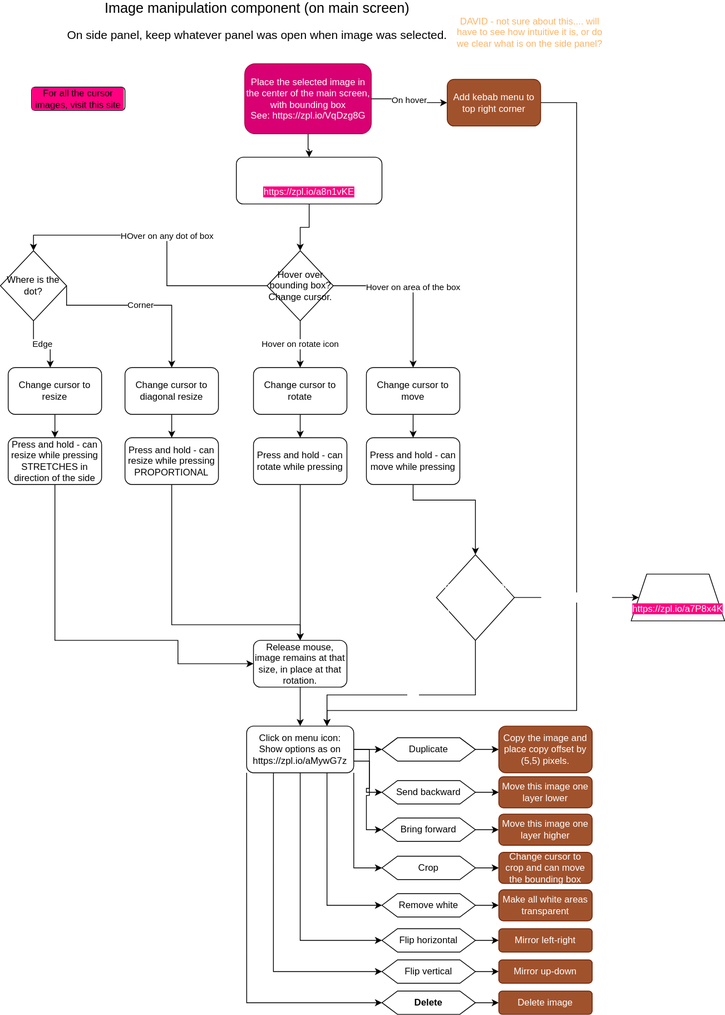
The draw.io diagram modules/components/image-manipulation.drawio.svg in ji-devs/ji-cloud-flowcharts, before a commit. Source tidied: cells renumbered, new cells last; positions are measured from the earlier drawing's top-left corner, leaving out a move shared by most shapes.
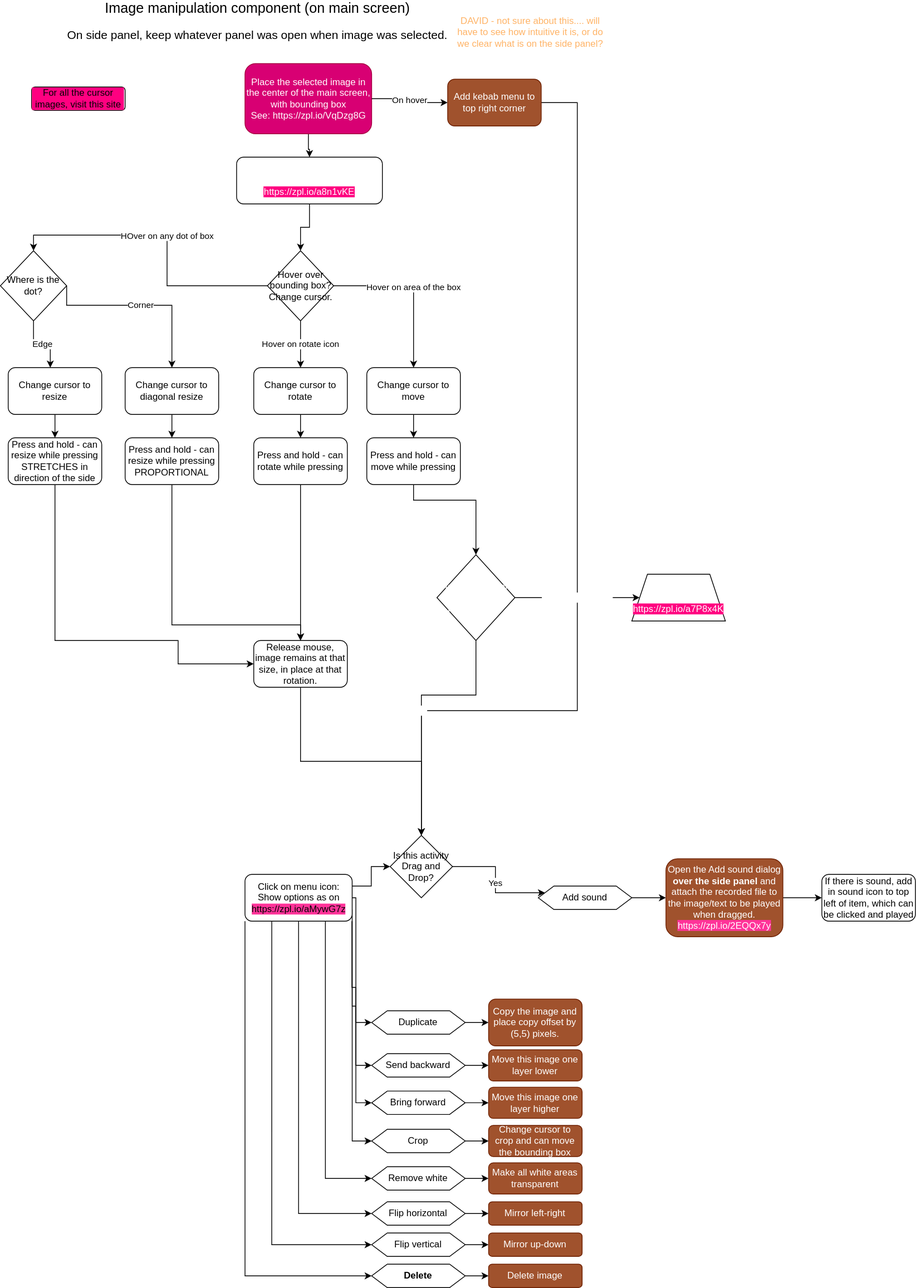
After the change.

Commit message:
Added in extra menu item for drag and drop activity

Change to the diagram source:
```diff
@@ -75,20 +75,37 @@
     <mxCell id="21" value="Press and hold - can move while pressing" style="rounded=1;whiteSpace=wrap;html=1;" parent="1" vertex="1">
       <mxGeometry x="470" y="560" width="120" height="60" as="geometry" />
     </mxCell>
-    <mxCell id="22" style="edgeStyle=orthogonalEdgeStyle;rounded=0;jettySize=auto;html=1;entryX=0.5;entryY=0;entryDx=0;entryDy=0;" parent="1" edge="1" source="23" target="32">
+    <mxCell id="22" style="edgeStyle=orthogonalEdgeStyle;rounded=0;jettySize=auto;html=1;entryX=0.5;entryY=0;entryDx=0;entryDy=0;exitX=0.5;exitY=1;exitDx=0;exitDy=0;" parent="1" edge="1" source="23" target="76">
       <mxGeometry relative="1" as="geometry" />
     </mxCell>
     <mxCell id="23" value="Release mouse, image remains at that size, in place at that rotation." style="rounded=1;whiteSpace=wrap;html=1;" parent="1" vertex="1">
       <mxGeometry x="325" y="820" width="120" height="60" as="geometry" />
     </mxCell>
     <mxCell id="24" style="edgeStyle=orthogonalEdgeStyle;rounded=0;jettySize=auto;html=1;entryX=0;entryY=0.5;entryDx=0;entryDy=0;" parent="1" edge="1" source="32" target="34">
-      <mxGeometry relative="1" as="geometry" />
+      <mxGeometry relative="1" as="geometry">
+        <Array as="points">
+          <mxPoint x="456" y="1150" />
+          <mxPoint x="456" y="1310" />
+        </Array>
+      </mxGeometry>
     </mxCell>
     <mxCell id="25" style="edgeStyle=orthogonalEdgeStyle;rounded=0;jettySize=auto;html=1;entryX=0;entryY=0.5;entryDx=0;entryDy=0;" parent="1" edge="1" source="32" target="37">
-      <mxGeometry relative="1" as="geometry" />
+      <mxGeometry relative="1" as="geometry">
+        <Array as="points">
+          <mxPoint x="451" y="1265" />
+          <mxPoint x="456" y="1265" />
+          <mxPoint x="456" y="1365" />
+        </Array>
+      </mxGeometry>
     </mxCell>
     <mxCell id="26" style="edgeStyle=orthogonalEdgeStyle;rounded=0;jettySize=auto;html=1;exitX=1;exitY=0.75;exitDx=0;exitDy=0;entryX=0;entryY=0.5;entryDx=0;entryDy=0;" parent="1" edge="1" source="32" target="40">
-      <mxGeometry relative="1" as="geometry" />
+      <mxGeometry relative="1" as="geometry">
+        <Array as="points">
+          <mxPoint x="451" y="1289" />
+          <mxPoint x="456" y="1289" />
+          <mxPoint x="456" y="1413" />
+        </Array>
+      </mxGeometry>
     </mxCell>
     <mxCell id="27" style="edgeStyle=orthogonalEdgeStyle;rounded=0;jettySize=auto;html=1;exitX=1;exitY=1;exitDx=0;exitDy=0;entryX=0;entryY=0.5;entryDx=0;entryDy=0;" parent="1" edge="1" source="32" target="43">
       <mxGeometry relative="1" as="geometry" />
@@ -105,80 +122,83 @@
     <mxCell id="31" style="edgeStyle=orthogonalEdgeStyle;rounded=0;jettySize=auto;html=1;exitX=0;exitY=1;exitDx=0;exitDy=0;entryX=0;entryY=0.5;entryDx=0;entryDy=0;" parent="1" edge="1" source="32" target="55">
       <mxGeometry relative="1" as="geometry" />
     </mxCell>
+    <mxCell id="74" style="edgeStyle=orthogonalEdgeStyle;rounded=0;jettySize=auto;html=1;entryX=0;entryY=0.5;entryDx=0;entryDy=0;exitX=1;exitY=0.25;exitDx=0;exitDy=0;" parent="1" edge="1" source="32" target="76">
+      <mxGeometry relative="1" as="geometry" />
+    </mxCell>
-    <mxCell id="32" value="Click on menu icon: Show options as on&amp;nbsp;&lt;br&gt;https://zpl.io/aMywG7z" style="rounded=1;whiteSpace=wrap;html=1;" parent="1" vertex="1">
-      <mxGeometry x="316.2" y="930" width="137.5" height="60" as="geometry" />
+    <mxCell id="32" value="Click on menu icon: Show options as on&amp;nbsp;&lt;br&gt;&lt;span style=&quot;background-color: rgb(255 , 51 , 153)&quot;&gt;https://zpl.io/aMywG7z&lt;/span&gt;" style="rounded=1;whiteSpace=wrap;html=1;" parent="1" vertex="1">
+      <mxGeometry x="313.8" y="1120" width="137.5" height="60" as="geometry" />
     </mxCell>
     <mxCell id="33" style="edgeStyle=orthogonalEdgeStyle;rounded=0;jettySize=auto;html=1;entryX=0;entryY=0.5;entryDx=0;entryDy=0;" parent="1" edge="1" source="34" target="35">
       <mxGeometry relative="1" as="geometry" />
     </mxCell>
     <mxCell id="34" value="Duplicate" style="shape=hexagon;perimeter=hexagonPerimeter2;whiteSpace=wrap;html=1;fixedSize=1;" parent="1" vertex="1">
-      <mxGeometry x="490" y="945" width="120" height="30" as="geometry" />
+      <mxGeometry x="476.2" y="1295" width="120" height="30" as="geometry" />
     </mxCell>
     <mxCell id="35" value="Copy the image and place copy offset by (5,5) pixels." style="rounded=1;whiteSpace=wrap;html=1;fillColor=#a0522d;strokeColor=#6D1F00;fontColor=#ffffff;" parent="1" vertex="1">
-      <mxGeometry x="640" y="930" width="120" height="60" as="geometry" />
+      <mxGeometry x="626.2" y="1280" width="120" height="60" as="geometry" />
     </mxCell>
     <mxCell id="36" style="edgeStyle=orthogonalEdgeStyle;rounded=0;jettySize=auto;html=1;entryX=0;entryY=0.5;entryDx=0;entryDy=0;" parent="1" edge="1" source="37" target="38">
       <mxGeometry relative="1" as="geometry" />
     </mxCell>
     <mxCell id="37" value="Send backward" style="shape=hexagon;perimeter=hexagonPerimeter2;whiteSpace=wrap;html=1;fixedSize=1;" parent="1" vertex="1">
-      <mxGeometry x="490" y="1000" width="120" height="30" as="geometry" />
+      <mxGeometry x="476.2" y="1350" width="120" height="30" as="geometry" />
     </mxCell>
     <mxCell id="38" value="Move this image one layer lower&amp;nbsp;" style="rounded=1;whiteSpace=wrap;html=1;fillColor=#a0522d;strokeColor=#6D1F00;fontColor=#ffffff;" parent="1" vertex="1">
-      <mxGeometry x="640" y="995" width="120" height="40" as="geometry" />
+      <mxGeometry x="626.2" y="1345" width="120" height="40" as="geometry" />
     </mxCell>
     <mxCell id="39" style="edgeStyle=orthogonalEdgeStyle;rounded=0;jettySize=auto;html=1;exitX=1;exitY=0.5;exitDx=0;exitDy=0;entryX=0;entryY=0.5;entryDx=0;entryDy=0;" parent="1" edge="1" source="40" target="41">
       <mxGeometry relative="1" as="geometry" />
     </mxCell>
     <mxCell id="40" value="Bring forward" style="shape=hexagon;perimeter=hexagonPerimeter2;whiteSpace=wrap;html=1;fixedSize=1;" parent="1" vertex="1">
-      <mxGeometry x="490" y="1048" width="120" height="30" as="geometry" />
+      <mxGeometry x="476.2" y="1398" width="120" height="30" as="geometry" />
     </mxCell>
     <mxCell id="41" value="Move this image one layer higher" style="rounded=1;whiteSpace=wrap;html=1;fillColor=#a0522d;strokeColor=#6D1F00;fontColor=#ffffff;" parent="1" vertex="1">
-      <mxGeometry x="640" y="1043" width="120" height="40" as="geometry" />
+      <mxGeometry x="626.2" y="1393" width="120" height="40" as="geometry" />
     </mxCell>
     <mxCell id="42" style="edgeStyle=orthogonalEdgeStyle;rounded=0;jettySize=auto;html=1;entryX=0;entryY=0.5;entryDx=0;entryDy=0;" parent="1" edge="1" source="43" target="44">
       <mxGeometry relative="1" as="geometry" />
     </mxCell>
     <mxCell id="43" value="Crop" style="shape=hexagon;perimeter=hexagonPerimeter2;whiteSpace=wrap;html=1;fixedSize=1;" parent="1" vertex="1">
-      <mxGeometry x="490" y="1097" width="120" height="30" as="geometry" />
+      <mxGeometry x="476.2" y="1447" width="120" height="30" as="geometry" />
     </mxCell>
     <mxCell id="44" value="Change cursor to crop and can move the bounding box" style="rounded=1;whiteSpace=wrap;html=1;fillColor=#a0522d;strokeColor=#6D1F00;fontColor=#ffffff;" parent="1" vertex="1">
-      <mxGeometry x="640" y="1092" width="120" height="40" as="geometry" />
+      <mxGeometry x="626.2" y="1442" width="120" height="40" as="geometry" />
     </mxCell>
     <mxCell id="45" style="edgeStyle=orthogonalEdgeStyle;rounded=0;jettySize=auto;html=1;entryX=0;entryY=0.5;entryDx=0;entryDy=0;" parent="1" edge="1" source="46" target="47">
       <mxGeometry relative="1" as="geometry" />
     </mxCell>
     <mxCell id="46" value="Remove white" style="shape=hexagon;perimeter=hexagonPerimeter2;whiteSpace=wrap;html=1;fixedSize=1;" parent="1" vertex="1">
-      <mxGeometry x="490" y="1145" width="120" height="30" as="geometry" />
+      <mxGeometry x="476.2" y="1495" width="120" height="30" as="geometry" />
     </mxCell>
     <mxCell id="47" value="Make all white areas transparent" style="rounded=1;whiteSpace=wrap;html=1;fillColor=#a0522d;strokeColor=#6D1F00;fontColor=#ffffff;" parent="1" vertex="1">
-      <mxGeometry x="640" y="1140" width="120" height="40" as="geometry" />
+      <mxGeometry x="626.2" y="1490" width="120" height="40" as="geometry" />
     </mxCell>
     <mxCell id="48" style="edgeStyle=orthogonalEdgeStyle;rounded=0;jettySize=auto;html=1;exitX=1;exitY=0.5;exitDx=0;exitDy=0;entryX=0;entryY=0.5;entryDx=0;entryDy=0;" parent="1" edge="1" source="49" target="50">
       <mxGeometry relative="1" as="geometry" />
     </mxCell>
     <mxCell id="49" value="Flip horizontal" style="shape=hexagon;perimeter=hexagonPerimeter2;whiteSpace=wrap;html=1;fixedSize=1;" parent="1" vertex="1">
-      <mxGeometry x="490" y="1190" width="120" height="30" as="geometry" />
+      <mxGeometry x="476.2" y="1540" width="120" height="30" as="geometry" />
     </mxCell>
     <mxCell id="50" value="Mirror left-right" style="rounded=1;whiteSpace=wrap;html=1;fillColor=#a0522d;strokeColor=#6D1F00;fontColor=#ffffff;" parent="1" vertex="1">
-      <mxGeometry x="640" y="1190" width="120" height="30" as="geometry" />
+      <mxGeometry x="626.2" y="1540" width="120" height="30" as="geometry" />
     </mxCell>
     <mxCell id="51" style="edgeStyle=orthogonalEdgeStyle;rounded=0;jettySize=auto;html=1;exitX=1;exitY=0.5;exitDx=0;exitDy=0;entryX=0;entryY=0.5;entryDx=0;entryDy=0;" parent="1" edge="1" source="52" target="53">
       <mxGeometry relative="1" as="geometry" />
     </mxCell>
     <mxCell id="52" value="Flip vertical" style="shape=hexagon;perimeter=hexagonPerimeter2;whiteSpace=wrap;html=1;fixedSize=1;" parent="1" vertex="1">
-      <mxGeometry x="490" y="1230" width="120" height="30" as="geometry" />
+      <mxGeometry x="476.2" y="1580" width="120" height="30" as="geometry" />
     </mxCell>
     <mxCell id="53" value="Mirror up-down" style="rounded=1;whiteSpace=wrap;html=1;fillColor=#a0522d;strokeColor=#6D1F00;fontColor=#ffffff;" parent="1" vertex="1">
-      <mxGeometry x="640" y="1230" width="120" height="30" as="geometry" />
+      <mxGeometry x="626.2" y="1580" width="120" height="30" as="geometry" />
     </mxCell>
     <mxCell id="54" style="edgeStyle=orthogonalEdgeStyle;rounded=0;jettySize=auto;html=1;entryX=0;entryY=0.5;entryDx=0;entryDy=0;" parent="1" edge="1" source="55" target="56">
       <mxGeometry relative="1" as="geometry" />
     </mxCell>
     <mxCell id="55" value="Delete" style="shape=hexagon;perimeter=hexagonPerimeter2;whiteSpace=wrap;html=1;fixedSize=1;fontStyle=1;" parent="1" vertex="1">
-      <mxGeometry x="490" y="1270" width="120" height="30" as="geometry" />
+      <mxGeometry x="476.2" y="1620" width="120" height="30" as="geometry" />
     </mxCell>
     <mxCell id="56" value="Delete image" style="rounded=1;whiteSpace=wrap;html=1;fillColor=#a0522d;strokeColor=#6D1F00;fontColor=#ffffff;" parent="1" vertex="1">
-      <mxGeometry x="640" y="1270" width="120" height="30" as="geometry" />
+      <mxGeometry x="626.2" y="1620" width="120" height="30" as="geometry" />
     </mxCell>
     <mxCell id="57" style="edgeStyle=orthogonalEdgeStyle;rounded=0;jettySize=auto;html=1;entryX=0.5;entryY=0;entryDx=0;entryDy=0;" parent="1" edge="1" source="58" target="60">
       <mxGeometry relative="1" as="geometry" />
@@ -218,12 +238,13 @@
     <mxCell id="65" value="On hover" style="edgeStyle=orthogonalEdgeStyle;rounded=0;jettySize=auto;html=1;entryX=0;entryY=0.5;entryDx=0;entryDy=0;exitX=1;exitY=0.5;exitDx=0;exitDy=0;" parent="1" edge="1" source="5" target="67">
       <mxGeometry relative="1" as="geometry" />
     </mxCell>
-    <mxCell id="66" style="edgeStyle=orthogonalEdgeStyle;rounded=0;jettySize=auto;html=1;entryX=0.75;entryY=0;entryDx=0;entryDy=0;fontColor=#FFB366;" parent="1" edge="1" source="67" target="32">
+    <mxCell id="66" style="edgeStyle=orthogonalEdgeStyle;rounded=0;jettySize=auto;html=1;fontColor=#FFB366;" parent="1" edge="1" source="67">
       <mxGeometry relative="1" as="geometry">
+        <mxPoint x="540" y="1070" as="targetPoint" />
         <Array as="points">
           <mxPoint x="740" y="130" />
           <mxPoint x="740" y="910" />
-          <mxPoint x="419" y="910" />
+          <mxPoint x="540" y="910" />
         </Array>
       </mxGeometry>
     </mxCell>
@@ -236,11 +257,11 @@
     <mxCell id="69" value="When placing sticker, have the grid as shown here:&lt;br&gt;&lt;span style=&quot;background-color: rgb(255 , 0 , 128)&quot;&gt;https://zpl.io/a8n1vKE&lt;/span&gt;" style="rounded=1;whiteSpace=wrap;html=1;fontColor=#FFFFFF;" parent="1" vertex="1">
       <mxGeometry x="303" y="200" width="187" height="60" as="geometry" />
     </mxCell>
-    <mxCell id="70" value="No" style="edgeStyle=orthogonalEdgeStyle;rounded=0;jettySize=auto;html=1;entryX=0.75;entryY=0;entryDx=0;entryDy=0;fontColor=#FFFFFF;" parent="1" edge="1" source="72" target="32">
+    <mxCell id="70" value="No" style="edgeStyle=orthogonalEdgeStyle;rounded=0;jettySize=auto;html=1;entryX=0.5;entryY=0;entryDx=0;entryDy=0;fontColor=#FFFFFF;" parent="1" edge="1" source="72" target="76">
       <mxGeometry relative="1" as="geometry">
         <Array as="points">
           <mxPoint x="610" y="890" />
-          <mxPoint x="419" y="890" />
+          <mxPoint x="540" y="890" />
         </Array>
       </mxGeometry>
     </mxCell>
@@ -253,5 +274,31 @@
     <mxCell id="73" value="Warning!&lt;br&gt;Text CV28&lt;br&gt;&lt;span style=&quot;background-color: rgb(255 , 0 , 128)&quot;&gt;https://zpl.io/a7P8x4K&lt;/span&gt;" style="shape=trapezoid;perimeter=trapezoidPerimeter;whiteSpace=wrap;html=1;fixedSize=1;fontColor=#FFFFFF;" parent="1" vertex="1">
       <mxGeometry x="810" y="735" width="120" height="60" as="geometry" />
     </mxCell>
+    <mxCell id="75" value="Yes" style="edgeStyle=orthogonalEdgeStyle;rounded=0;jettySize=auto;html=1;entryX=0;entryY=0.25;entryDx=0;entryDy=0;" parent="1" edge="1" source="76" target="79">
+      <mxGeometry relative="1" as="geometry" />
+    </mxCell>
+    <mxCell id="76" value="Is this activity Drag and Drop?" style="rhombus;whiteSpace=wrap;html=1;" parent="1" vertex="1">
+      <mxGeometry x="500" y="1070" width="80" height="80" as="geometry" />
+    </mxCell>
+    <mxCell id="77" style="edgeStyle=orthogonalEdgeStyle;rounded=0;jettySize=auto;html=1;entryX=0;entryY=0.5;entryDx=0;entryDy=0;" parent="1" edge="1" target="x">
+      <mxGeometry relative="1" as="geometry">
+        <mxPoint x="30" y="1299" as="sourcePoint" />
+      </mxGeometry>
+    </mxCell>
+    <mxCell id="78" style="edgeStyle=orthogonalEdgeStyle;rounded=0;jettySize=auto;html=1;" parent="1" edge="1" source="79" target="81">
+      <mxGeometry relative="1" as="geometry" />
+    </mxCell>
+    <mxCell id="79" value="Add sound" style="shape=hexagon;perimeter=hexagonPerimeter2;whiteSpace=wrap;html=1;fixedSize=1;" parent="1" vertex="1">
+      <mxGeometry x="690" y="1135" width="120" height="30" as="geometry" />
+    </mxCell>
+    <mxCell id="80" style="edgeStyle=orthogonalEdgeStyle;rounded=0;jettySize=auto;html=1;entryX=0;entryY=0.5;entryDx=0;entryDy=0;" parent="1" edge="1" source="81" target="82">
+      <mxGeometry relative="1" as="geometry" />
+    </mxCell>
+    <mxCell id="81" value="Open the Add sound dialog &lt;b&gt;over the side panel&lt;/b&gt; and attach the recorded file to the image/text to be played when dragged.&lt;br&gt;&lt;span style=&quot;background-color: rgb(255 , 51 , 153)&quot;&gt;https://zpl.io/2EQQx7y&lt;/span&gt;" style="rounded=1;whiteSpace=wrap;html=1;fillColor=#a0522d;strokeColor=#6D1F00;fontColor=#ffffff;" parent="1" vertex="1">
+      <mxGeometry x="853.8" y="1100" width="150" height="100" as="geometry" />
+    </mxCell>
+    <mxCell id="82" value="If there is sound, add in sound icon to top left of item, which can be clicked and played" style="rounded=1;whiteSpace=wrap;html=1;" parent="1" vertex="1">
+      <mxGeometry x="1053.8" y="1120" width="120" height="60" as="geometry" />
+    </mxCell>
   </root>
 </mxGraphModel>
```
